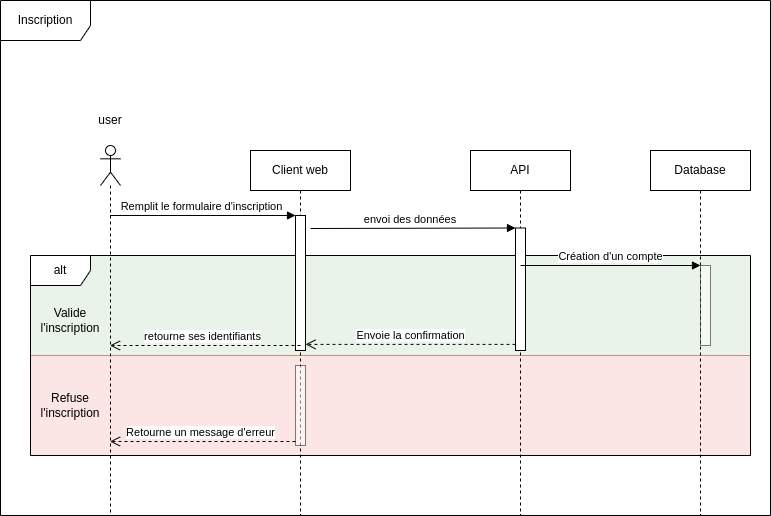
delannoykurt/mission-locale keeps this draw.io diagram as diagramme_sequence_inscription.drawio.png. Above is the earlier version. Source tidied: cells renumbered, new cells last; positions are measured from the earlier drawing's top-left corner, leaving out a move shared by most shapes.
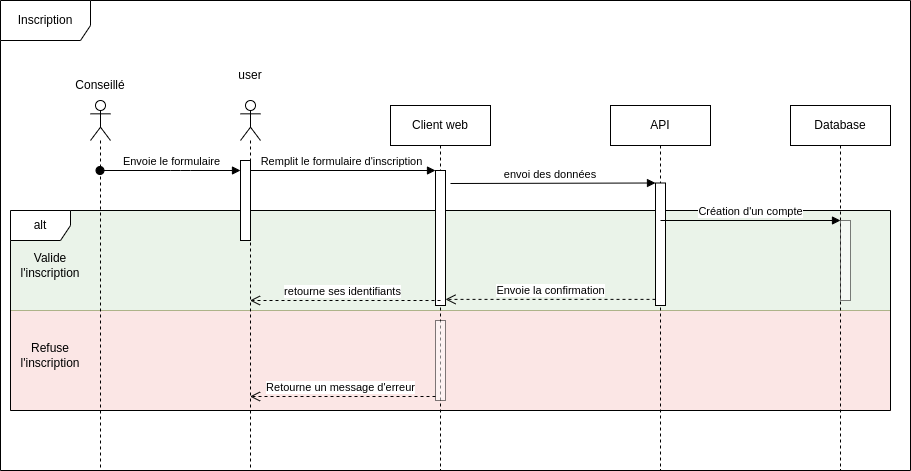
Later version of the same file.

Commit message:
docs(common): update diagramme sequence inscription

Change to the diagram source:
```diff
@@ -2,21 +2,24 @@
   <root>
     <mxCell id="0" />
     <mxCell id="1" parent="0" />
+    <mxCell id="5" value="Inscription" style="shape=umlFrame;whiteSpace=wrap;html=1;width=90;height=40;" parent="1" vertex="1">
+      <mxGeometry x="-140" y="45" width="910" height="470" as="geometry" />
+    </mxCell>
+    <mxCell id="3" style="rounded=0;whiteSpace=wrap;html=1;fillColor=#f8cecc;strokeColor=#b85450;gradientDirection=north;opacity=50;" parent="1" vertex="1">
+      <mxGeometry x="-130" y="355" width="880" height="100" as="geometry" />
+    </mxCell>
     <mxCell id="2" style="rounded=0;whiteSpace=wrap;html=1;strokeColor=#82b366;fillColor=#d5e8d4;gradientDirection=north;opacity=50;" parent="1" vertex="1">
-      <mxGeometry x="30" y="255" width="720" height="100" as="geometry" />
+      <mxGeometry x="-130" y="255" width="880" height="100" as="geometry" />
     </mxCell>
-    <mxCell id="3" style="rounded=0;whiteSpace=wrap;html=1;fillColor=#f8cecc;strokeColor=#b85450;gradientDirection=north;opacity=50;" parent="1" vertex="1">
-      <mxGeometry x="30" y="355" width="720" height="100" as="geometry" />
-    </mxCell>
     <mxCell id="4" value="alt" style="shape=umlFrame;whiteSpace=wrap;html=1;" parent="1" vertex="1">
-      <mxGeometry x="30" y="255" width="720" height="200" as="geometry" />
+      <mxGeometry x="-130" y="255" width="880" height="200" as="geometry" />
     </mxCell>
-    <mxCell id="5" value="Inscription" style="shape=umlFrame;whiteSpace=wrap;html=1;width=90;height=40;" parent="1" vertex="1">
-      <mxGeometry width="770" height="515" as="geometry" />
-    </mxCell>
     <mxCell id="6" style="shape=umlLifeline;participant=umlActor;perimeter=lifelinePerimeter;whiteSpace=wrap;html=1;verticalAlign=top;spacingTop=36;outlineConnect=0;" parent="1" vertex="1">
       <mxGeometry x="100" y="145" width="20" height="370" as="geometry" />
     </mxCell>
+    <mxCell id="23" style="html=1;points=[];perimeter=orthogonalPerimeter;" parent="6" vertex="1">
+      <mxGeometry y="60" width="10" height="80" as="geometry" />
+    </mxCell>
     <mxCell id="7" value="user" style="text;html=1;strokeColor=none;fillColor=none;align=center;verticalAlign=middle;whiteSpace=wrap;rounded=0;" parent="1" vertex="1">
       <mxGeometry x="80" y="105" width="60" height="30" as="geometry" />
     </mxCell>
@@ -63,10 +66,10 @@
       <mxGeometry x="50" y="115" width="10" height="80" as="geometry" />
     </mxCell>
     <mxCell id="19" value="Valide l'inscription" style="text;html=1;strokeColor=none;fillColor=none;align=center;verticalAlign=middle;whiteSpace=wrap;rounded=0;opacity=50;" parent="1" vertex="1">
-      <mxGeometry x="40" y="305" width="60" height="30" as="geometry" />
+      <mxGeometry x="-120" y="295" width="60" height="30" as="geometry" />
     </mxCell>
     <mxCell id="20" value="Refuse l'inscription" style="text;html=1;strokeColor=none;fillColor=none;align=center;verticalAlign=middle;whiteSpace=wrap;rounded=0;opacity=50;" parent="1" vertex="1">
-      <mxGeometry x="40" y="390" width="60" height="30" as="geometry" />
+      <mxGeometry x="-120" y="385" width="60" height="30" as="geometry" />
     </mxCell>
     <mxCell id="21" value="Création d'un compte" style="html=1;verticalAlign=bottom;endArrow=block;entryX=0;entryY=0;" parent="1" edge="1" target="18">
       <mxGeometry relative="1" as="geometry">
@@ -76,5 +79,18 @@
     <mxCell id="22" value="Retourne un message d'erreur" style="html=1;verticalAlign=bottom;endArrow=open;dashed=1;endSize=8;exitX=0;exitY=0.95;" parent="1" edge="1" source="10" target="6">
       <mxGeometry x="0.02" relative="1" as="geometry" />
     </mxCell>
+    <mxCell id="24" style="shape=umlLifeline;participant=umlActor;perimeter=lifelinePerimeter;whiteSpace=wrap;html=1;verticalAlign=top;spacingTop=36;outlineConnect=0;size=40;" parent="1" vertex="1">
+      <mxGeometry x="-50" y="145" width="20" height="370" as="geometry" />
+    </mxCell>
+    <mxCell id="25" value="Conseillé" style="text;html=1;strokeColor=none;fillColor=none;align=center;verticalAlign=middle;whiteSpace=wrap;rounded=0;" parent="1" vertex="1">
+      <mxGeometry x="-70" y="115" width="60" height="30" as="geometry" />
+    </mxCell>
+    <mxCell id="26" value="Envoie le formulaire" style="html=1;verticalAlign=bottom;startArrow=oval;endArrow=block;startSize=8;" parent="1" edge="1" source="24" target="23">
+      <mxGeometry relative="1" as="geometry">
+        <Array as="points">
+          <mxPoint x="40" y="215" />
+        </Array>
+      </mxGeometry>
+    </mxCell>
   </root>
 </mxGraphModel>
```
